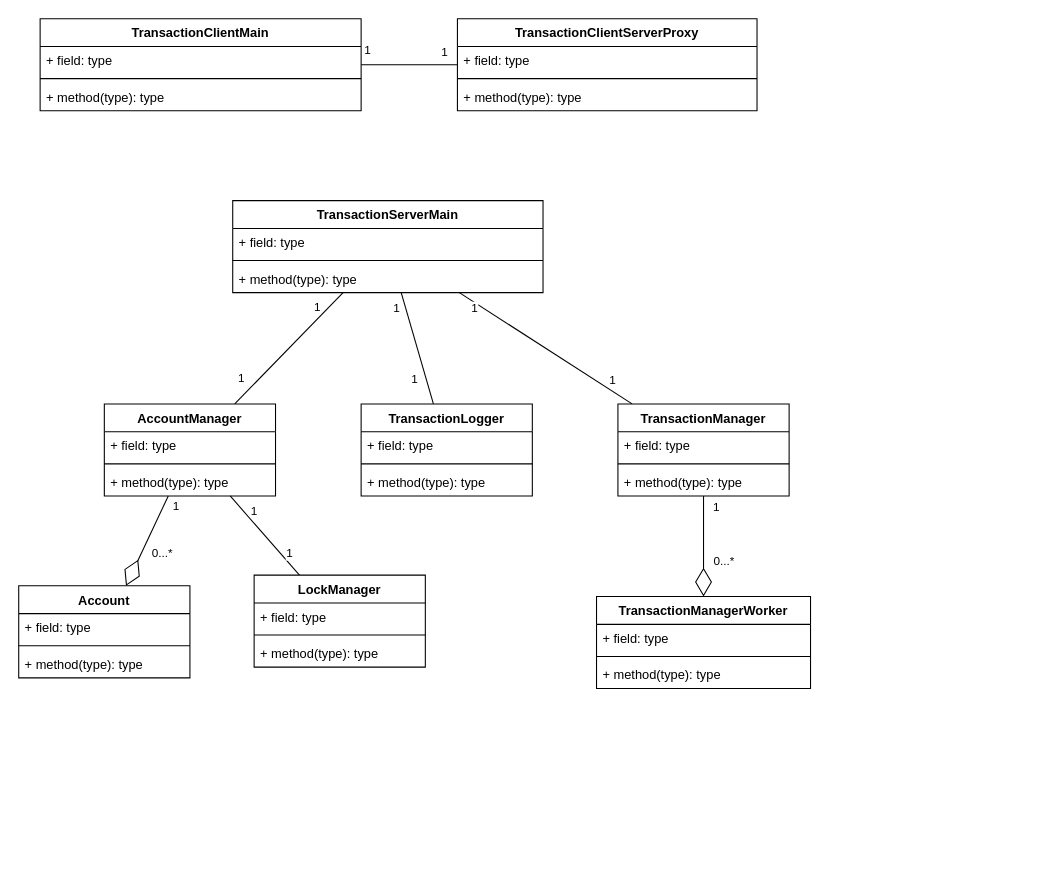
This is Project 2/Diagrams/Class Diagram.drawio from kgimlay/CS465_Team_3, a draw.io file, before an edit. Source tidied: cells renumbered, new cells numbered last; positions are measured from the earlier drawing's top-left corner, leaving out a move shared by most shapes. Both pictures are drawn from the tidied source at 107%, with x=0, y=0 at pixel (18, 18).
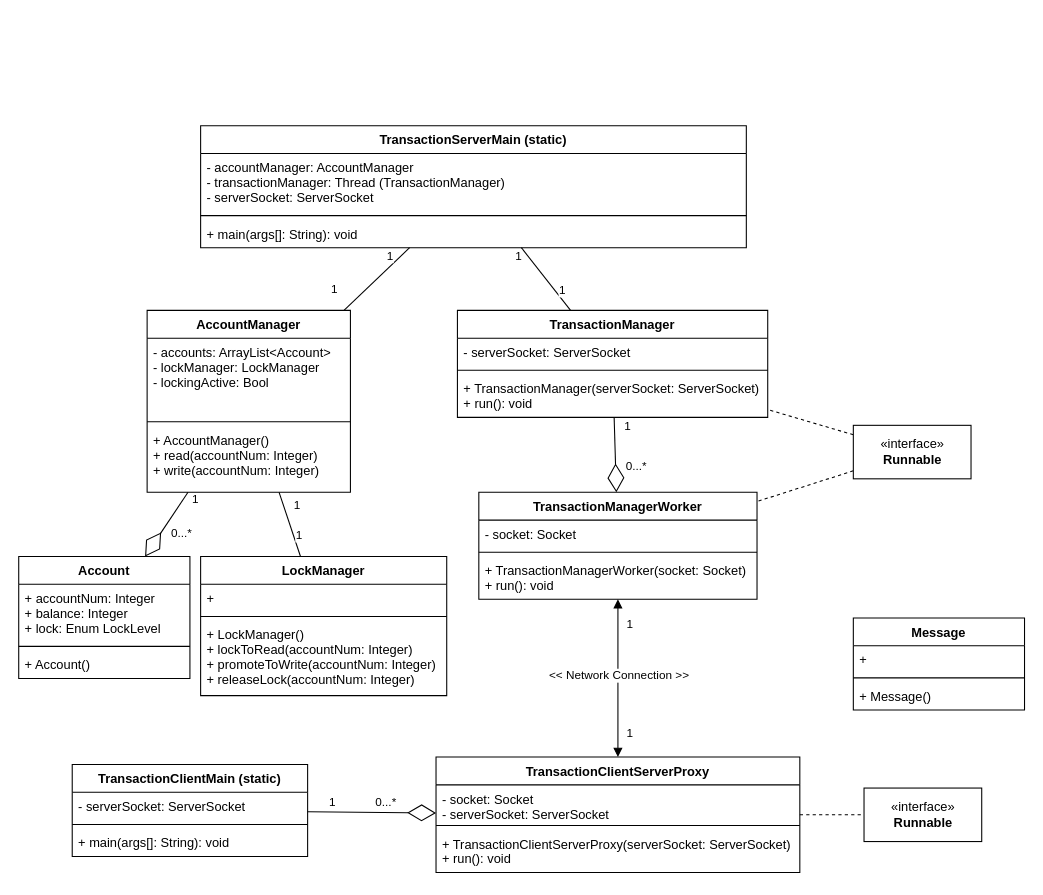
Above is the later version.

Commit message (it also covers changes not shown here):
Updates to Class Diagram

Lots of work on the class diagram. Nearly ready to start skele code.

Unchanged cells that the change refers to:
```xml
<mxCell id="9" style="rounded=0;jettySize=auto;html=1;endArrow=none;endFill=0;" parent="1" edge="1" source="2" target="18">
  <mxGeometry relative="1" as="geometry" />
</mxCell>
<mxCell id="12" style="rounded=0;jettySize=auto;html=1;endArrow=none;endFill=0;" parent="1" edge="1" source="18" target="35">
  <mxGeometry relative="1" as="geometry" />
</mxCell>
```

Change to the diagram source:
```diff
@@
-    <mxCell id="2" value="TransactionServerMain" style="swimlane;fontStyle=1;align=center;verticalAlign=top;horizontal=1;startSize=26;" parent="1" vertex="1">
-      <mxGeometry x="200" y="170" width="290" height="86" as="geometry" />
-    </mxCell>
-    <mxCell id="3" value="+ field: type" style="text;strokeColor=none;fillColor=none;align=left;verticalAlign=top;spacingLeft=4;spacingRight=4;overflow=hidden;" parent="2" vertex="1">
-      <mxGeometry y="26" width="290" height="26" as="geometry" />
-    </mxCell>
-    <mxCell id="4" style="line;strokeWidth=1;fillColor=none;align=left;verticalAlign=middle;spacingTop=-1;spacingLeft=3;spacingRight=3;labelPosition=right;" parent="2" vertex="1">
-      <mxGeometry y="52" width="290" height="8" as="geometry" />
-    </mxCell>
-    <mxCell id="5" value="+ method(type): type" style="text;strokeColor=none;fillColor=none;align=left;verticalAlign=top;spacingLeft=4;spacingRight=4;overflow=hidden;" parent="2" vertex="1">
-      <mxGeometry y="60" width="290" height="26" as="geometry" />
-    </mxCell>
-    <mxCell id="6" style="rounded=0;jettySize=auto;html=1;endArrow=none;endFill=0;" parent="1" edge="1" source="55" target="51">
-      <mxGeometry relative="1" as="geometry" />
-    </mxCell>
-    <mxCell id="7" value="1" style="edgeLabel;html=1;align=center;verticalAlign=middle;" parent="6" vertex="1">
-      <mxGeometry x="-0.71" relative="1" as="geometry">
-        <mxPoint y="-13" as="offset" />
-      </mxGeometry>
-    </mxCell>
-    <mxCell id="8" value="1" style="edgeLabel;html=1;align=center;verticalAlign=middle;" parent="6" vertex="1">
-      <mxGeometry x="0.81" y="-1" relative="1" as="geometry">
-        <mxPoint x="-3.2" y="-14" as="offset" />
-      </mxGeometry>
-    </mxCell>
@@
     <mxCell id="11" value="1" style="edgeLabel;html=1;align=center;verticalAlign=middle;" parent="9" vertex="1">
       <mxGeometry x="0.81" y="-1" relative="1" as="geometry">
-        <mxPoint x="-3.2" y="-14" as="offset" />
+        <mxPoint x="-14" y="-14" as="offset" />
       </mxGeometry>
     </mxCell>
@@
     <mxCell id="14" value="1" style="edgeLabel;html=1;align=center;verticalAlign=middle;" parent="12" vertex="1">
       <mxGeometry x="0.81" y="-1" relative="1" as="geometry">
-        <mxPoint x="-3.2" y="-14" as="offset" />
+        <mxPoint x="0.8" y="-14" as="offset" />
       </mxGeometry>
     </mxCell>
@@
-    <mxCell id="18" value="AccountManager" style="swimlane;fontStyle=1;align=center;verticalAlign=top;horizontal=1;startSize=26;" parent="1" vertex="1">
-      <mxGeometry x="80" y="360" width="160" height="86" as="geometry" />
-    </mxCell>
-    <mxCell id="19" value="+ field: type" style="text;strokeColor=none;fillColor=none;align=left;verticalAlign=top;spacingLeft=4;spacingRight=4;overflow=hidden;" parent="18" vertex="1">
-      <mxGeometry y="26" width="160" height="26" as="geometry" />
-    </mxCell>
-    <mxCell id="20" style="line;strokeWidth=1;fillColor=none;align=left;verticalAlign=middle;spacingTop=-1;spacingLeft=3;spacingRight=3;labelPosition=right;" parent="18" vertex="1">
-      <mxGeometry y="52" width="160" height="8" as="geometry" />
-    </mxCell>
-    <mxCell id="21" value="+ method(type): type" style="text;strokeColor=none;fillColor=none;align=left;verticalAlign=top;spacingLeft=4;spacingRight=4;overflow=hidden;" parent="18" vertex="1">
-      <mxGeometry y="60" width="160" height="26" as="geometry" />
-    </mxCell>
@@
-    <mxCell id="28" style="rounded=0;jettySize=auto;html=1;endArrow=none;endFill=0;" parent="1" edge="1" source="2" target="39">
-      <mxGeometry relative="1" as="geometry" />
-    </mxCell>
-    <mxCell id="29" value="1" style="edgeLabel;html=1;align=center;verticalAlign=middle;" parent="28" vertex="1">
-      <mxGeometry x="-0.71" relative="1" as="geometry">
-        <mxPoint x="-9.8" y="-1.1" as="offset" />
-      </mxGeometry>
-    </mxCell>
-    <mxCell id="30" value="1" style="edgeLabel;html=1;align=center;verticalAlign=middle;" parent="28" vertex="1">
-      <mxGeometry x="0.81" y="-1" relative="1" as="geometry">
-        <mxPoint x="-13.8" y="-14" as="offset" />
-      </mxGeometry>
-    </mxCell>
+    <mxCell id="59" style="edgeStyle=none;rounded=0;jettySize=auto;html=1;dashed=1;endArrow=none;endFill=0;" parent="1" edge="1" source="55" target="63">
+      <mxGeometry relative="1" as="geometry" />
+    </mxCell>
+    <mxCell id="60" style="rounded=0;jettySize=auto;html=1;endArrow=none;endFill=0;dashed=1;" parent="1" edge="1" source="62" target="43">
+      <mxGeometry relative="1" as="geometry" />
+    </mxCell>
+    <mxCell id="61" style="edgeStyle=none;rounded=0;jettySize=auto;html=1;dashed=1;endArrow=none;endFill=0;" parent="1" edge="1" source="62" target="47">
+      <mxGeometry relative="1" as="geometry" />
+    </mxCell>
+    <mxCell id="62" value="«interface»&lt;br&gt;&lt;b&gt;Runnable&lt;/b&gt;" style="html=1;" parent="1" vertex="1">
+      <mxGeometry x="780" y="380" width="110" height="50" as="geometry" />
+    </mxCell>
+    <mxCell id="63" value="«interface»&lt;br&gt;&lt;b&gt;Runnable&lt;/b&gt;" style="html=1;" parent="1" vertex="1">
+      <mxGeometry x="790" y="719" width="110" height="50" as="geometry" />
+    </mxCell>
+    <mxCell id="64" style="endArrow=diamondThin;endFill=0;endSize=24;html=1;" parent="1" edge="1" source="51" target="55">
+      <mxGeometry relative="1" as="geometry" />
+    </mxCell>
+    <mxCell id="65" value="1" style="edgeLabel;html=1;align=center;verticalAlign=middle;" parent="64" vertex="1">
+      <mxGeometry x="-0.74" y="-1" relative="1" as="geometry">
+        <mxPoint x="6.9" y="-11" as="offset" />
+      </mxGeometry>
+    </mxCell>
+    <mxCell id="66" value="0...*" style="edgeLabel;html=1;align=center;verticalAlign=middle;" parent="64" vertex="1">
+      <mxGeometry x="0.28" relative="1" as="geometry">
+        <mxPoint x="-4.1" y="-10" as="offset" />
+      </mxGeometry>
+    </mxCell>
+    <mxCell id="67" style="edgeStyle=none;rounded=0;jettySize=auto;html=1;endArrow=block;endFill=1;startArrow=block;startFill=1;" parent="1" edge="1" source="47" target="55">
+      <mxGeometry relative="1" as="geometry" />
+    </mxCell>
+    <mxCell id="68" value="&amp;lt;&amp;lt; Network Connection &amp;gt;&amp;gt;" style="edgeLabel;html=1;align=center;verticalAlign=middle;" parent="67" vertex="1">
+      <mxGeometry x="-0.03" relative="1" as="geometry" />
+    </mxCell>
+    <mxCell id="69" value="1" style="edgeLabel;html=1;align=center;verticalAlign=middle;" parent="67" vertex="1">
+      <mxGeometry x="-0.72" y="2" relative="1" as="geometry">
+        <mxPoint x="8" y="1.7" as="offset" />
+      </mxGeometry>
+    </mxCell>
+    <mxCell id="70" value="1" style="edgeLabel;html=1;align=center;verticalAlign=middle;" parent="67" vertex="1">
+      <mxGeometry x="0.7" y="1" relative="1" as="geometry">
+        <mxPoint x="9" as="offset" />
+      </mxGeometry>
+    </mxCell>
+    <mxCell id="2" value="TransactionServerMain (static)" style="swimlane;fontStyle=1;align=center;verticalAlign=top;horizontal=1;startSize=26;" parent="1" vertex="1">
+      <mxGeometry x="170" y="100" width="510" height="114" as="geometry" />
+    </mxCell>
+    <mxCell id="3" value="- accountManager: AccountManager&#10;- transactionManager: Thread (TransactionManager)&#10;- serverSocket: ServerSocket" style="text;strokeColor=none;fillColor=none;align=left;verticalAlign=top;spacingLeft=4;spacingRight=4;overflow=hidden;" parent="2" vertex="1">
+      <mxGeometry y="26" width="510" height="54" as="geometry" />
+    </mxCell>
+    <mxCell id="4" style="line;strokeWidth=1;fillColor=none;align=left;verticalAlign=middle;spacingTop=-1;spacingLeft=3;spacingRight=3;labelPosition=right;" parent="2" vertex="1">
+      <mxGeometry y="80" width="510" height="8" as="geometry" />
+    </mxCell>
+    <mxCell id="5" value="+ main(args[]: String): void" style="text;strokeColor=none;fillColor=none;align=left;verticalAlign=top;spacingLeft=4;spacingRight=4;overflow=hidden;" parent="2" vertex="1">
+      <mxGeometry y="88" width="510" height="26" as="geometry" />
+    </mxCell>
     <mxCell id="31" value="Account" style="swimlane;fontStyle=1;align=center;verticalAlign=top;horizontal=1;startSize=26;" parent="1" vertex="1">
-      <mxGeometry y="530" width="160" height="86" as="geometry" />
+      <mxGeometry y="502.6" width="160" height="114" as="geometry" />
     </mxCell>
-    <mxCell id="32" value="+ field: type" style="text;strokeColor=none;fillColor=none;align=left;verticalAlign=top;spacingLeft=4;spacingRight=4;overflow=hidden;" parent="31" vertex="1">
-      <mxGeometry y="26" width="160" height="26" as="geometry" />
+    <mxCell id="32" value="+ accountNum: Integer&#10;+ balance: Integer&#10;+ lock: Enum LockLevel" style="text;strokeColor=none;fillColor=none;align=left;verticalAlign=top;spacingLeft=4;spacingRight=4;overflow=hidden;" parent="31" vertex="1">
+      <mxGeometry y="26" width="160" height="54" as="geometry" />
     </mxCell>
     <mxCell id="33" style="line;strokeWidth=1;fillColor=none;align=left;verticalAlign=middle;spacingTop=-1;spacingLeft=3;spacingRight=3;labelPosition=right;" parent="31" vertex="1">
-      <mxGeometry y="52" width="160" height="8" as="geometry" />
+      <mxGeometry y="80" width="160" height="8" as="geometry" />
     </mxCell>
-    <mxCell id="34" value="+ method(type): type" style="text;strokeColor=none;fillColor=none;align=left;verticalAlign=top;spacingLeft=4;spacingRight=4;overflow=hidden;" parent="31" vertex="1">
-      <mxGeometry y="60" width="160" height="26" as="geometry" />
+    <mxCell id="34" value="+ Account()" style="text;strokeColor=none;fillColor=none;align=left;verticalAlign=top;spacingLeft=4;spacingRight=4;overflow=hidden;" parent="31" vertex="1">
+      <mxGeometry y="88" width="160" height="26" as="geometry" />
     </mxCell>
     <mxCell id="35" value="LockManager" style="swimlane;fontStyle=1;align=center;verticalAlign=top;horizontal=1;startSize=26;" parent="1" vertex="1">
-      <mxGeometry x="220" y="520" width="160" height="86" as="geometry" />
+      <mxGeometry x="170" y="502.6" width="230" height="130" as="geometry" />
     </mxCell>
-    <mxCell id="36" value="+ field: type" style="text;strokeColor=none;fillColor=none;align=left;verticalAlign=top;spacingLeft=4;spacingRight=4;overflow=hidden;" parent="35" vertex="1">
-      <mxGeometry y="26" width="160" height="26" as="geometry" />
+    <mxCell id="36" value="+ " style="text;strokeColor=none;fillColor=none;align=left;verticalAlign=top;spacingLeft=4;spacingRight=4;overflow=hidden;" parent="35" vertex="1">
+      <mxGeometry y="26" width="230" height="26" as="geometry" />
     </mxCell>
     <mxCell id="37" style="line;strokeWidth=1;fillColor=none;align=left;verticalAlign=middle;spacingTop=-1;spacingLeft=3;spacingRight=3;labelPosition=right;" parent="35" vertex="1">
-      <mxGeometry y="52" width="160" height="8" as="geometry" />
+      <mxGeometry y="52" width="230" height="8" as="geometry" />
     </mxCell>
-    <mxCell id="38" value="+ method(type): type" style="text;strokeColor=none;fillColor=none;align=left;verticalAlign=top;spacingLeft=4;spacingRight=4;overflow=hidden;" parent="35" vertex="1">
-      <mxGeometry y="60" width="160" height="26" as="geometry" />
+    <mxCell id="38" value="+ LockManager()&#10;+ lockToRead(accountNum: Integer)&#10;+ promoteToWrite(accountNum: Integer)&#10;+ releaseLock(accountNum: Integer)" style="text;strokeColor=none;fillColor=none;align=left;verticalAlign=top;spacingLeft=4;spacingRight=4;overflow=hidden;" parent="35" vertex="1">
+      <mxGeometry y="60" width="230" height="70" as="geometry" />
     </mxCell>
-    <mxCell id="39" value="TransactionLogger" style="swimlane;fontStyle=1;align=center;verticalAlign=top;horizontal=1;startSize=26;" parent="1" vertex="1">
-      <mxGeometry x="320" y="360" width="160" height="86" as="geometry" />
-    </mxCell>
-    <mxCell id="40" value="+ field: type" style="text;strokeColor=none;fillColor=none;align=left;verticalAlign=top;spacingLeft=4;spacingRight=4;overflow=hidden;" parent="39" vertex="1">
-      <mxGeometry y="26" width="160" height="26" as="geometry" />
-    </mxCell>
-    <mxCell id="41" style="line;strokeWidth=1;fillColor=none;align=left;verticalAlign=middle;spacingTop=-1;spacingLeft=3;spacingRight=3;labelPosition=right;" parent="39" vertex="1">
-      <mxGeometry y="52" width="160" height="8" as="geometry" />
-    </mxCell>
-    <mxCell id="42" value="+ method(type): type" style="text;strokeColor=none;fillColor=none;align=left;verticalAlign=top;spacingLeft=4;spacingRight=4;overflow=hidden;" parent="39" vertex="1">
-      <mxGeometry y="60" width="160" height="26" as="geometry" />
-    </mxCell>
+    <mxCell id="18" value="AccountManager" style="swimlane;fontStyle=1;align=center;verticalAlign=top;horizontal=1;startSize=26;" parent="1" vertex="1">
+      <mxGeometry x="120" y="272.6" width="190" height="170" as="geometry" />
+    </mxCell>
+    <mxCell id="19" value="- accounts: ArrayList&lt;Account&gt;&#10;- lockManager: LockManager&#10;- lockingActive: Bool" style="text;strokeColor=none;fillColor=none;align=left;verticalAlign=top;spacingLeft=4;spacingRight=4;overflow=hidden;" parent="18" vertex="1">
+      <mxGeometry y="26" width="190" height="74" as="geometry" />
+    </mxCell>
+    <mxCell id="20" style="line;strokeWidth=1;fillColor=none;align=left;verticalAlign=middle;spacingTop=-1;spacingLeft=3;spacingRight=3;labelPosition=right;" parent="18" vertex="1">
+      <mxGeometry y="100" width="190" height="8" as="geometry" />
+    </mxCell>
+    <mxCell id="21" value="+ AccountManager()&#10;+ read(accountNum: Integer)&#10;+ write(accountNum: Integer)" style="text;strokeColor=none;fillColor=none;align=left;verticalAlign=top;spacingLeft=4;spacingRight=4;overflow=hidden;" parent="18" vertex="1">
+      <mxGeometry y="108" width="190" height="62" as="geometry" />
+    </mxCell>
     <mxCell id="43" value="TransactionManager" style="swimlane;fontStyle=1;align=center;verticalAlign=top;horizontal=1;startSize=26;" parent="1" vertex="1">
-      <mxGeometry x="560" y="360" width="160" height="86" as="geometry" />
+      <mxGeometry x="410" y="272.6" width="290" height="100" as="geometry" />
     </mxCell>
-    <mxCell id="44" value="+ field: type" style="text;strokeColor=none;fillColor=none;align=left;verticalAlign=top;spacingLeft=4;spacingRight=4;overflow=hidden;" parent="43" vertex="1">
-      <mxGeometry y="26" width="160" height="26" as="geometry" />
+    <mxCell id="44" value="- serverSocket: ServerSocket" style="text;strokeColor=none;fillColor=none;align=left;verticalAlign=top;spacingLeft=4;spacingRight=4;overflow=hidden;" parent="43" vertex="1">
+      <mxGeometry y="26" width="290" height="26" as="geometry" />
     </mxCell>
     <mxCell id="45" style="line;strokeWidth=1;fillColor=none;align=left;verticalAlign=middle;spacingTop=-1;spacingLeft=3;spacingRight=3;labelPosition=right;" parent="43" vertex="1">
-      <mxGeometry y="52" width="160" height="8" as="geometry" />
+      <mxGeometry y="52" width="290" height="8" as="geometry" />
     </mxCell>
-    <mxCell id="46" value="+ method(type): type" style="text;strokeColor=none;fillColor=none;align=left;verticalAlign=top;spacingLeft=4;spacingRight=4;overflow=hidden;" parent="43" vertex="1">
-      <mxGeometry y="60" width="160" height="26" as="geometry" />
+    <mxCell id="46" value="+ TransactionManager(serverSocket: ServerSocket)&#10;+ run(): void" style="text;strokeColor=none;fillColor=none;align=left;verticalAlign=top;spacingLeft=4;spacingRight=4;overflow=hidden;" parent="43" vertex="1">
+      <mxGeometry y="60" width="290" height="40" as="geometry" />
     </mxCell>
     <mxCell id="47" value="TransactionManagerWorker" style="swimlane;fontStyle=1;align=center;verticalAlign=top;horizontal=1;startSize=26;" parent="1" vertex="1">
-      <mxGeometry x="540" y="540" width="200" height="86" as="geometry" />
+      <mxGeometry x="430" y="442.6" width="260" height="100" as="geometry" />
     </mxCell>
-    <mxCell id="48" value="+ field: type" style="text;strokeColor=none;fillColor=none;align=left;verticalAlign=top;spacingLeft=4;spacingRight=4;overflow=hidden;" parent="47" vertex="1">
-      <mxGeometry y="26" width="200" height="26" as="geometry" />
+    <mxCell id="48" value="- socket: Socket" style="text;strokeColor=none;fillColor=none;align=left;verticalAlign=top;spacingLeft=4;spacingRight=4;overflow=hidden;" parent="47" vertex="1">
+      <mxGeometry y="26" width="260" height="26" as="geometry" />
     </mxCell>
     <mxCell id="49" style="line;strokeWidth=1;fillColor=none;align=left;verticalAlign=middle;spacingTop=-1;spacingLeft=3;spacingRight=3;labelPosition=right;" parent="47" vertex="1">
-      <mxGeometry y="52" width="200" height="8" as="geometry" />
+      <mxGeometry y="52" width="260" height="8" as="geometry" />
     </mxCell>
-    <mxCell id="50" value="+ method(type): type" style="text;strokeColor=none;fillColor=none;align=left;verticalAlign=top;spacingLeft=4;spacingRight=4;overflow=hidden;" parent="47" vertex="1">
-      <mxGeometry y="60" width="200" height="26" as="geometry" />
+    <mxCell id="50" value="+ TransactionManagerWorker(socket: Socket)&#10;+ run(): void" style="text;strokeColor=none;fillColor=none;align=left;verticalAlign=top;spacingLeft=4;spacingRight=4;overflow=hidden;" parent="47" vertex="1">
+      <mxGeometry y="60" width="260" height="40" as="geometry" />
     </mxCell>
-    <mxCell id="51" value="TransactionClientMain" style="swimlane;fontStyle=1;align=center;verticalAlign=top;horizontal=1;startSize=26;" parent="1" vertex="1">
-      <mxGeometry x="20" width="300" height="86" as="geometry" />
+    <mxCell id="51" value="TransactionClientMain (static)" style="swimlane;fontStyle=1;align=center;verticalAlign=top;horizontal=1;startSize=26;" parent="1" vertex="1">
+      <mxGeometry x="50" y="697" width="220" height="86" as="geometry" />
     </mxCell>
-    <mxCell id="52" value="+ field: type" style="text;strokeColor=none;fillColor=none;align=left;verticalAlign=top;spacingLeft=4;spacingRight=4;overflow=hidden;" parent="51" vertex="1">
-      <mxGeometry y="26" width="300" height="26" as="geometry" />
+    <mxCell id="52" value="- serverSocket: ServerSocket" style="text;strokeColor=none;fillColor=none;align=left;verticalAlign=top;spacingLeft=4;spacingRight=4;overflow=hidden;" parent="51" vertex="1">
+      <mxGeometry y="26" width="220" height="26" as="geometry" />
     </mxCell>
     <mxCell id="53" style="line;strokeWidth=1;fillColor=none;align=left;verticalAlign=middle;spacingTop=-1;spacingLeft=3;spacingRight=3;labelPosition=right;" parent="51" vertex="1">
-      <mxGeometry y="52" width="300" height="8" as="geometry" />
+      <mxGeometry y="52" width="220" height="8" as="geometry" />
     </mxCell>
-    <mxCell id="54" value="+ method(type): type" style="text;strokeColor=none;fillColor=none;align=left;verticalAlign=top;spacingLeft=4;spacingRight=4;overflow=hidden;" parent="51" vertex="1">
-      <mxGeometry y="60" width="300" height="26" as="geometry" />
+    <mxCell id="54" value="+ main(args[]: String): void" style="text;strokeColor=none;fillColor=none;align=left;verticalAlign=top;spacingLeft=4;spacingRight=4;overflow=hidden;" parent="51" vertex="1">
+      <mxGeometry y="60" width="220" height="26" as="geometry" />
     </mxCell>
     <mxCell id="55" value="TransactionClientServerProxy" style="swimlane;fontStyle=1;align=center;verticalAlign=top;horizontal=1;startSize=26;" parent="1" vertex="1">
-      <mxGeometry x="410" width="280" height="86" as="geometry" />
+      <mxGeometry x="390" y="690" width="340" height="108" as="geometry" />
     </mxCell>
-    <mxCell id="56" value="+ field: type" style="text;strokeColor=none;fillColor=none;align=left;verticalAlign=top;spacingLeft=4;spacingRight=4;overflow=hidden;" parent="55" vertex="1">
-      <mxGeometry y="26" width="280" height="26" as="geometry" />
+    <mxCell id="56" value="- socket: Socket&#10;- serverSocket: ServerSocket" style="text;strokeColor=none;fillColor=none;align=left;verticalAlign=top;spacingLeft=4;spacingRight=4;overflow=hidden;" parent="55" vertex="1">
+      <mxGeometry y="26" width="340" height="34" as="geometry" />
     </mxCell>
     <mxCell id="57" style="line;strokeWidth=1;fillColor=none;align=left;verticalAlign=middle;spacingTop=-1;spacingLeft=3;spacingRight=3;labelPosition=right;" parent="55" vertex="1">
-      <mxGeometry y="52" width="280" height="8" as="geometry" />
+      <mxGeometry y="60" width="340" height="8" as="geometry" />
     </mxCell>
-    <mxCell id="58" value="+ method(type): type" style="text;strokeColor=none;fillColor=none;align=left;verticalAlign=top;spacingLeft=4;spacingRight=4;overflow=hidden;" parent="55" vertex="1">
-      <mxGeometry y="60" width="280" height="26" as="geometry" />
+    <mxCell id="58" value="+ TransactionClientServerProxy(serverSocket: ServerSocket)&#10;+ run(): void" style="text;strokeColor=none;fillColor=none;align=left;verticalAlign=top;spacingLeft=4;spacingRight=4;overflow=hidden;" parent="55" vertex="1">
+      <mxGeometry y="68" width="340" height="40" as="geometry" />
     </mxCell>
+    <mxCell id="71" value="Message" style="swimlane;fontStyle=1;align=center;verticalAlign=top;horizontal=1;startSize=26;" parent="1" vertex="1">
+      <mxGeometry x="780" y="560" width="160" height="86" as="geometry" />
+    </mxCell>
+    <mxCell id="72" value="+ " style="text;strokeColor=none;fillColor=none;align=left;verticalAlign=top;spacingLeft=4;spacingRight=4;overflow=hidden;" parent="71" vertex="1">
+      <mxGeometry y="26" width="160" height="26" as="geometry" />
+    </mxCell>
+    <mxCell id="41" style="line;strokeWidth=1;fillColor=none;align=left;verticalAlign=middle;spacingTop=-1;spacingLeft=3;spacingRight=3;labelPosition=right;" parent="71" vertex="1">
+      <mxGeometry y="52" width="160" height="8" as="geometry" />
+    </mxCell>
+    <mxCell id="73" value="+ Message()" style="text;strokeColor=none;fillColor=none;align=left;verticalAlign=top;spacingLeft=4;spacingRight=4;overflow=hidden;" parent="71" vertex="1">
+      <mxGeometry y="60" width="160" height="26" as="geometry" />
+    </mxCell>
```
